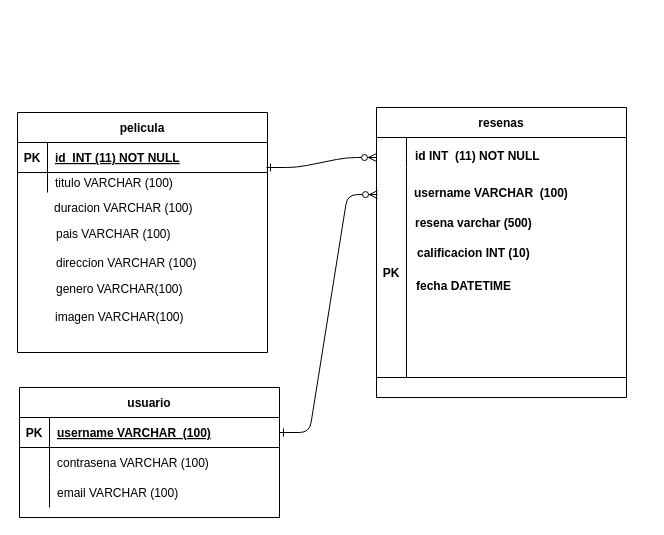
This is Diagrama sin título.drawio from davide1003/Proyecto-Min-Tic, a draw.io file, before an edit. Source tidied: cells renumbered, new cells numbered last; positions are measured from the earlier drawing's top-left corner, leaving out a move shared by most shapes. Both pictures are drawn from the tidied source at 100%, with x=0, y=0 at pixel (17, 107).
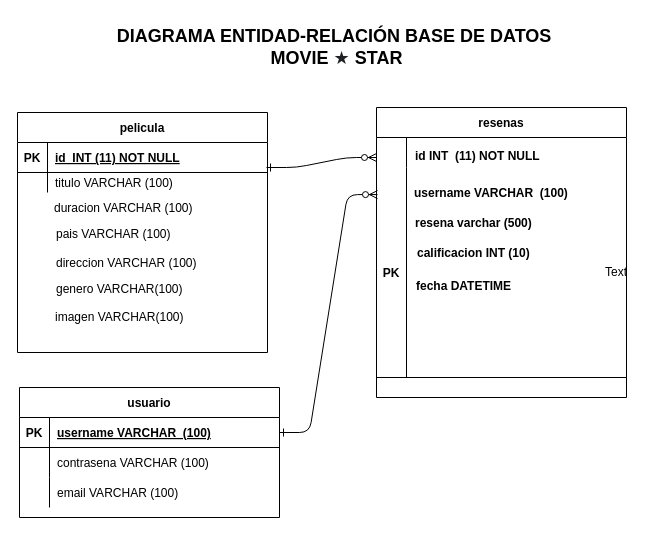
The same page after the edit.

Commit message:
Entidad-Relacion Movie Star.drawio

Change to the diagram source:
```diff
@@
+    <mxCell id="39" value="Text" style="text;html=1;strokeColor=none;fillColor=none;align=center;verticalAlign=middle;whiteSpace=wrap;rounded=0;" parent="1" vertex="1">
+      <mxGeometry x="569" y="150" width="60" height="30" as="geometry" />
+    </mxCell>
+    <mxCell id="40" value="&lt;b&gt;&lt;font style=&quot;font-size: 18px;&quot;&gt;DIAGRAMA ENTIDAD-RELACIÓN BASE DE DATOS&amp;nbsp;&lt;br&gt;MOVIE&amp;nbsp;&lt;/font&gt;&lt;/b&gt;&lt;span style=&quot;color: rgb(32, 33, 36); font-family: arial, sans-serif; text-align: left; background-color: rgb(255, 255, 255);&quot;&gt;&lt;font style=&quot;font-size: 18px;&quot;&gt;★&amp;nbsp;&lt;/font&gt;&lt;/span&gt;&lt;b&gt;&lt;font style=&quot;font-size: 18px;&quot;&gt;STAR&lt;/font&gt;&lt;/b&gt;" style="text;html=1;align=center;verticalAlign=middle;strokeColor=none;fillColor=none;" parent="1" vertex="1">
+      <mxGeometry x="89" y="-90" width="460" height="60" as="geometry" />
+    </mxCell>
```
